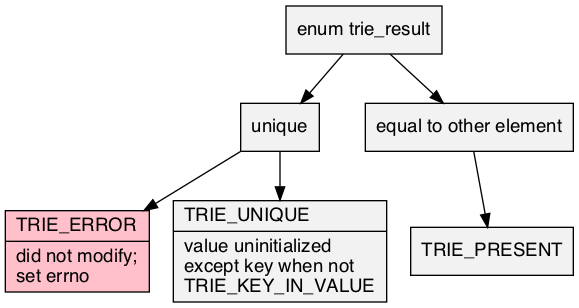
Before: doc/trie/result.png, a diagram exported from Graphviz (neil-edelman/boxes). Its source is kept beside it as doc/trie/result.gv. Its diagram source:
```dot
digraph {
	graph [truecolor=true, bgcolor=transparent, fontname = "modern"];
	node [shape=record, style=filled, fillcolor="Grey95", fontname="modern"];
	edge [fontname="modern"];
	put [label="enum trie_result"];
	put -> unique;
	unique -> error;
	unique -> grow;
	put -> equal;
	equal -> yield;
	error [label="{TRIE_ERROR\l|did not modify;\lset errno\l}", fillcolor="Pink"];
	equal [label="{equal to other element}"];
	grow [label="{TRIE_UNIQUE\l|value uninitialized\lexcept key when not\lTRIE\_KEY\_IN\_VALUE\l}"];
	yield [label="TRIE_PRESENT"];
}
```
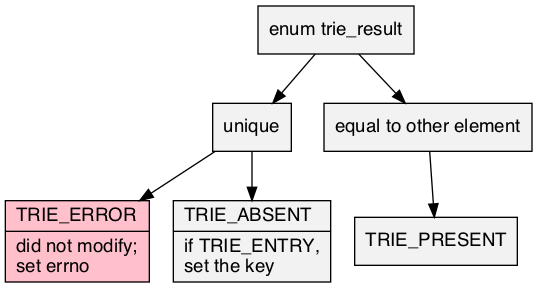
Later version of the same file.

What changed in the source:
```diff
@@ -2,14 +2,14 @@
 	graph [truecolor=true, bgcolor=transparent, fontname = "modern"];
 	node [shape=record, style=filled, fillcolor="Grey95", fontname="modern"];
 	edge [fontname="modern"];
-	put [label="enum trie_result"];
-	put -> unique;
+	result [label="enum trie_result"];
+	result -> unique;
 	unique -> error;
-	unique -> grow;
-	put -> equal;
-	equal -> yield;
+	unique -> absent;
+	result -> equal;
+	equal -> present;
 	error [label="{TRIE_ERROR\l|did not modify;\lset errno\l}", fillcolor="Pink"];
 	equal [label="{equal to other element}"];
-	grow [label="{TRIE_UNIQUE\l|value uninitialized\lexcept key when not\lTRIE\_KEY\_IN\_VALUE\l}"];
-	yield [label="TRIE_PRESENT"];
+	absent [label="{TRIE_ABSENT\l|if TRIE_ENTRY,\lset the key\l}"];
+	present [label="TRIE_PRESENT"];
 }
```
